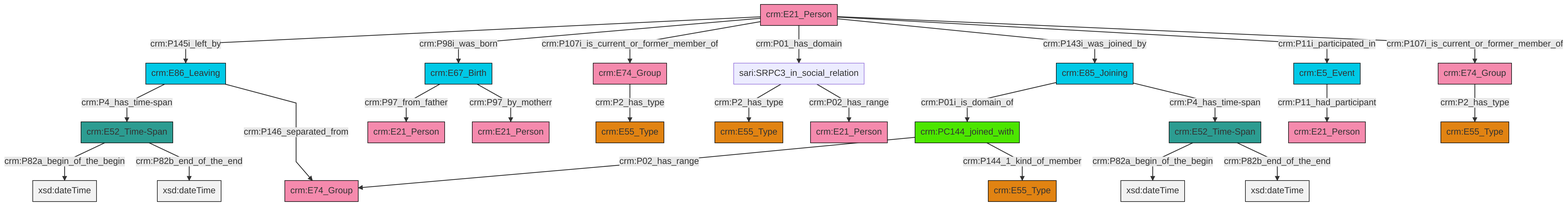
The Mermaid diagram et/personCSV/ttl/mmd/png/Person_Actor_Relations.png in swiss-art-research-net/docs.swissartresearch, before a commit. Its source is kept beside it as et/personCSV/ttl/mmd/Person_Actor_Relations.ttl.mmd. Source of this version:
```mermaid
graph TD
classDef Literal fill:#f2f2f2,stroke:#000000;
classDef CRM_Entity fill:#FFFFFF,stroke:#000000;
classDef Temporal_Entity fill:#00C9E6, stroke:#000000;
classDef Type fill:#E18312, stroke:#000000;
classDef Time-Span fill:#2C9C91, stroke:#000000;
classDef Appellation fill:#FFEB7F, stroke:#000000;
classDef Place fill:#008836, stroke:#000000;
classDef Persistent_Item fill:#B266B2, stroke:#000000;
classDef Conceptual_Object fill:#FFD700, stroke:#000000;
classDef Physical_Thing fill:#D2B48C, stroke:#000000;
classDef Actor fill:#f58aad, stroke:#000000;
classDef PC_Classes fill:#4ce600, stroke:#000000;
classDef Multi fill:#cccccc,stroke:#000000;

6["crm:E21_Person"]:::Actor -->|crm:P145i_left_by| 8["crm:E86_Leaving"]:::Temporal_Entity
6["crm:E21_Person"]:::Actor -->|crm:P98i_was_born| 9["crm:E67_Birth"]:::Temporal_Entity
9["crm:E67_Birth"]:::Temporal_Entity -->|crm:P97_from_father| 12["crm:E21_Person"]:::Actor
17["crm:PC144_joined_with"]:::PC_Classes -->|crm:P02_has_range| 18["crm:E74_Group"]:::Actor
6["crm:E21_Person"]:::Actor -->|crm:P107i_is_current_or_former_member_of| 23["crm:E74_Group"]:::Actor
17["crm:PC144_joined_with"]:::PC_Classes -->|crm:P144_1_kind_of_member| 15["crm:E55_Type"]:::Type
24["crm:E85_Joining"]:::Temporal_Entity -->|crm:P01i_is_domain_of| 17["crm:PC144_joined_with"]:::PC_Classes
25["crm:E52_Time-Span"]:::Time-Span -->|crm:P82a_begin_of_the_begin| 26[xsd:dateTime]:::Literal
6["crm:E21_Person"]:::Actor -->|crm:P01_has_domain| 4["sari:SRPC3_in_social_relation"]:::Default
8["crm:E86_Leaving"]:::Temporal_Entity -->|crm:P4_has_time-span| 27["crm:E52_Time-Span"]:::Time-Span
9["crm:E67_Birth"]:::Temporal_Entity -->|crm:P97_by_motherr| 0["crm:E21_Person"]:::Actor
13["crm:E5_Event"]:::Temporal_Entity -->|crm:P11_had_participant| 2["crm:E21_Person"]:::Actor
6["crm:E21_Person"]:::Actor -->|crm:P143i_was_joined_by| 24["crm:E85_Joining"]:::Temporal_Entity
27["crm:E52_Time-Span"]:::Time-Span -->|crm:P82a_begin_of_the_begin| 31[xsd:dateTime]:::Literal
6["crm:E21_Person"]:::Actor -->|crm:P11i_participated_in| 13["crm:E5_Event"]:::Temporal_Entity
8["crm:E86_Leaving"]:::Temporal_Entity -->|crm:P146_separated_from| 18["crm:E74_Group"]:::Actor
6["crm:E21_Person"]:::Actor -->|crm:P107i_is_current_or_former_member_of| 10["crm:E74_Group"]:::Actor
24["crm:E85_Joining"]:::Temporal_Entity -->|crm:P4_has_time-span| 25["crm:E52_Time-Span"]:::Time-Span
4["sari:SRPC3_in_social_relation"]:::Default -->|crm:P2_has_type| 19["crm:E55_Type"]:::Type
10["crm:E74_Group"]:::Actor -->|crm:P2_has_type| 37["crm:E55_Type"]:::Type
23["crm:E74_Group"]:::Actor -->|crm:P2_has_type| 21["crm:E55_Type"]:::Type
4["sari:SRPC3_in_social_relation"]:::Default -->|crm:P02_has_range| 38["crm:E21_Person"]:::Actor
27["crm:E52_Time-Span"]:::Time-Span -->|crm:P82b_end_of_the_end| 41[xsd:dateTime]:::Literal
25["crm:E52_Time-Span"]:::Time-Span -->|crm:P82b_end_of_the_end| 46[xsd:dateTime]:::Literal
```
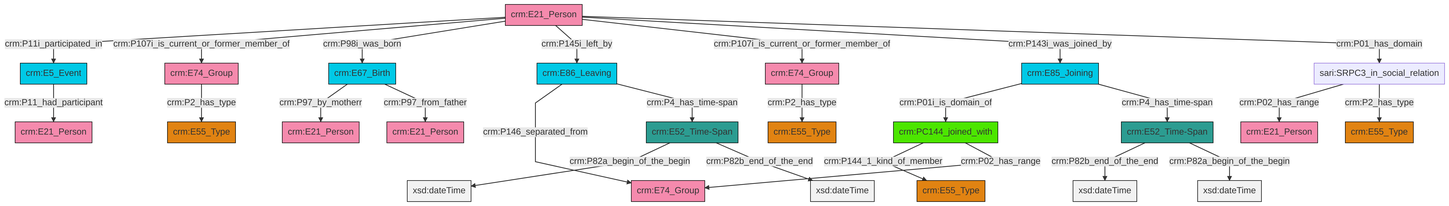
After the change.

Diff of the diagram source:
```diff
@@ -13,27 +13,27 @@
 classDef PC_Classes fill:#4ce600, stroke:#000000;
 classDef Multi fill:#cccccc,stroke:#000000;
 
-6["crm:E21_Person"]:::Actor -->|crm:P145i_left_by| 8["crm:E86_Leaving"]:::Temporal_Entity
-6["crm:E21_Person"]:::Actor -->|crm:P98i_was_born| 9["crm:E67_Birth"]:::Temporal_Entity
-9["crm:E67_Birth"]:::Temporal_Entity -->|crm:P97_from_father| 12["crm:E21_Person"]:::Actor
-17["crm:PC144_joined_with"]:::PC_Classes -->|crm:P02_has_range| 18["crm:E74_Group"]:::Actor
-6["crm:E21_Person"]:::Actor -->|crm:P107i_is_current_or_former_member_of| 23["crm:E74_Group"]:::Actor
-17["crm:PC144_joined_with"]:::PC_Classes -->|crm:P144_1_kind_of_member| 15["crm:E55_Type"]:::Type
-24["crm:E85_Joining"]:::Temporal_Entity -->|crm:P01i_is_domain_of| 17["crm:PC144_joined_with"]:::PC_Classes
-25["crm:E52_Time-Span"]:::Time-Span -->|crm:P82a_begin_of_the_begin| 26[xsd:dateTime]:::Literal
-6["crm:E21_Person"]:::Actor -->|crm:P01_has_domain| 4["sari:SRPC3_in_social_relation"]:::Default
-8["crm:E86_Leaving"]:::Temporal_Entity -->|crm:P4_has_time-span| 27["crm:E52_Time-Span"]:::Time-Span
-9["crm:E67_Birth"]:::Temporal_Entity -->|crm:P97_by_motherr| 0["crm:E21_Person"]:::Actor
-13["crm:E5_Event"]:::Temporal_Entity -->|crm:P11_had_participant| 2["crm:E21_Person"]:::Actor
-6["crm:E21_Person"]:::Actor -->|crm:P143i_was_joined_by| 24["crm:E85_Joining"]:::Temporal_Entity
-27["crm:E52_Time-Span"]:::Time-Span -->|crm:P82a_begin_of_the_begin| 31[xsd:dateTime]:::Literal
-6["crm:E21_Person"]:::Actor -->|crm:P11i_participated_in| 13["crm:E5_Event"]:::Temporal_Entity
-8["crm:E86_Leaving"]:::Temporal_Entity -->|crm:P146_separated_from| 18["crm:E74_Group"]:::Actor
-6["crm:E21_Person"]:::Actor -->|crm:P107i_is_current_or_former_member_of| 10["crm:E74_Group"]:::Actor
-24["crm:E85_Joining"]:::Temporal_Entity -->|crm:P4_has_time-span| 25["crm:E52_Time-Span"]:::Time-Span
-4["sari:SRPC3_in_social_relation"]:::Default -->|crm:P2_has_type| 19["crm:E55_Type"]:::Type
-10["crm:E74_Group"]:::Actor -->|crm:P2_has_type| 37["crm:E55_Type"]:::Type
-23["crm:E74_Group"]:::Actor -->|crm:P2_has_type| 21["crm:E55_Type"]:::Type
-4["sari:SRPC3_in_social_relation"]:::Default -->|crm:P02_has_range| 38["crm:E21_Person"]:::Actor
-27["crm:E52_Time-Span"]:::Time-Span -->|crm:P82b_end_of_the_end| 41[xsd:dateTime]:::Literal
-25["crm:E52_Time-Span"]:::Time-Span -->|crm:P82b_end_of_the_end| 46[xsd:dateTime]:::Literal
+2["crm:PC144_joined_with"]:::PC_Classes -->|crm:P144_1_kind_of_member| 3["crm:E55_Type"]:::Type
+4["crm:E86_Leaving"]:::Temporal_Entity -->|crm:P146_separated_from| 5["crm:E74_Group"]:::Actor
+10["sari:SRPC3_in_social_relation"]:::Default -->|crm:P02_has_range| 11["crm:E21_Person"]:::Actor
+12["crm:E52_Time-Span"]:::Time-Span -->|crm:P82a_begin_of_the_begin| 13[xsd:dateTime]:::Literal
+17["crm:E67_Birth"]:::Temporal_Entity -->|crm:P97_by_motherr| 8["crm:E21_Person"]:::Actor
+6["crm:E5_Event"]:::Temporal_Entity -->|crm:P11_had_participant| 23["crm:E21_Person"]:::Actor
+21["crm:E21_Person"]:::Actor -->|crm:P11i_participated_in| 6["crm:E5_Event"]:::Temporal_Entity
+2["crm:PC144_joined_with"]:::PC_Classes -->|crm:P02_has_range| 5["crm:E74_Group"]:::Actor
+14["crm:E52_Time-Span"]:::Time-Span -->|crm:P82b_end_of_the_end| 25[xsd:dateTime]:::Literal
+4["crm:E86_Leaving"]:::Temporal_Entity -->|crm:P4_has_time-span| 12["crm:E52_Time-Span"]:::Time-Span
+21["crm:E21_Person"]:::Actor -->|crm:P107i_is_current_or_former_member_of| 0["crm:E74_Group"]:::Actor
+21["crm:E21_Person"]:::Actor -->|crm:P98i_was_born| 17["crm:E67_Birth"]:::Temporal_Entity
+26["crm:E85_Joining"]:::Temporal_Entity -->|crm:P01i_is_domain_of| 2["crm:PC144_joined_with"]:::PC_Classes
+17["crm:E67_Birth"]:::Temporal_Entity -->|crm:P97_from_father| 30["crm:E21_Person"]:::Actor
+12["crm:E52_Time-Span"]:::Time-Span -->|crm:P82b_end_of_the_end| 35[xsd:dateTime]:::Literal
+14["crm:E52_Time-Span"]:::Time-Span -->|crm:P82a_begin_of_the_begin| 36[xsd:dateTime]:::Literal
+21["crm:E21_Person"]:::Actor -->|crm:P145i_left_by| 4["crm:E86_Leaving"]:::Temporal_Entity
+10["sari:SRPC3_in_social_relation"]:::Default -->|crm:P2_has_type| 40["crm:E55_Type"]:::Type
+21["crm:E21_Person"]:::Actor -->|crm:P107i_is_current_or_former_member_of| 41["crm:E74_Group"]:::Actor
+21["crm:E21_Person"]:::Actor -->|crm:P143i_was_joined_by| 26["crm:E85_Joining"]:::Temporal_Entity
+21["crm:E21_Person"]:::Actor -->|crm:P01_has_domain| 10["sari:SRPC3_in_social_relation"]:::Default
+41["crm:E74_Group"]:::Actor -->|crm:P2_has_type| 19["crm:E55_Type"]:::Type
+0["crm:E74_Group"]:::Actor -->|crm:P2_has_type| 28["crm:E55_Type"]:::Type
+26["crm:E85_Joining"]:::Temporal_Entity -->|crm:P4_has_time-span| 14["crm:E52_Time-Span"]:::Time-Span
```
